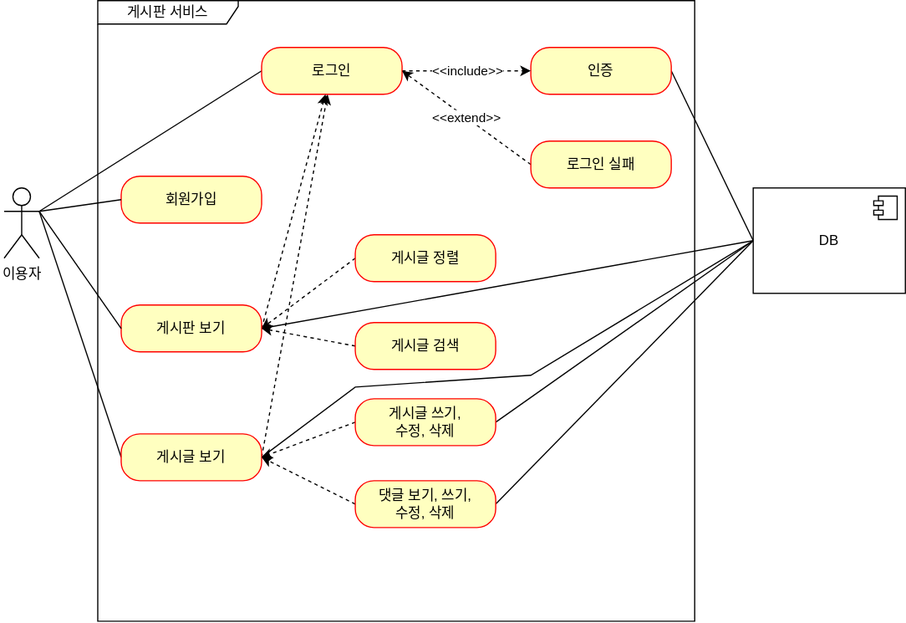
Earlier version of the draw.io export document/use_case.svg (congsole/fast-board). Source tidied: cells renumbered, new cells last; positions are measured from the earlier drawing's top-left corner, leaving out a move shared by most shapes.
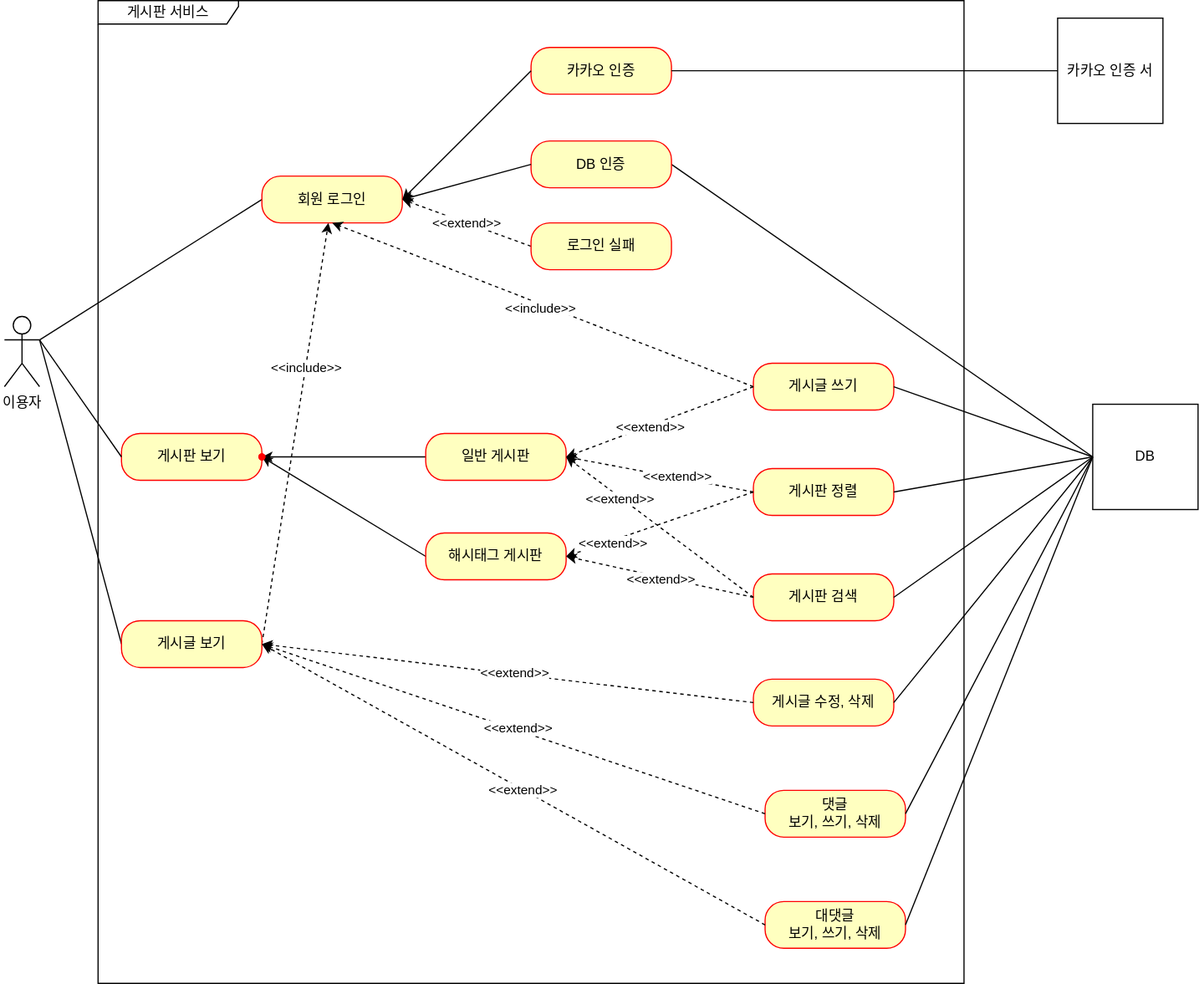
Later version of the same file.

Commit message:
#42 - UseCase.svg: 카카오 인증 추가

The edit, as a diff of the source:
```diff
@@ -6,19 +6,8 @@
       <mxGeometry y="160" width="30" height="60" as="geometry" />
     </mxCell>
     <mxCell id="3" value="게시판 서비스" style="shape=umlFrame;whiteSpace=wrap;html=1;width=120;height=20;" parent="1" vertex="1">
-      <mxGeometry x="80" width="510" height="530" as="geometry" />
+      <mxGeometry x="80" y="-110" width="740" height="840" as="geometry" />
     </mxCell>
-    <mxCell id="4" value="회원가입" style="rounded=1;whiteSpace=wrap;html=1;arcSize=40;fontColor=#000000;fillColor=#ffffc0;strokeColor=#ff0000;" parent="1" vertex="1">
-      <mxGeometry x="100" y="150" width="120" height="40" as="geometry" />
-    </mxCell>
-    <mxCell id="5" style="rounded=0;jettySize=auto;html=1;exitX=0;exitY=0.5;exitDx=0;exitDy=0;dashed=1;" parent="1" edge="1" source="6">
-      <mxGeometry relative="1" as="geometry">
-        <mxPoint x="220" y="280" as="targetPoint" />
-      </mxGeometry>
-    </mxCell>
-    <mxCell id="6" value="게시글 정렬" style="rounded=1;whiteSpace=wrap;html=1;arcSize=40;fontColor=#000000;fillColor=#ffffc0;strokeColor=#ff0000;" parent="1" vertex="1">
-      <mxGeometry x="300" y="200" width="120" height="40" as="geometry" />
-    </mxCell>
     <mxCell id="7" style="rounded=0;jettySize=auto;html=1;exitX=0;exitY=0.5;exitDx=0;exitDy=0;endArrow=none;endFill=0;" parent="1" edge="1" source="10">
       <mxGeometry relative="1" as="geometry">
         <mxPoint x="30" y="180" as="targetPoint" />
@@ -27,90 +16,176 @@
     <mxCell id="8" style="rounded=0;jettySize=auto;html=1;exitX=1;exitY=0.5;exitDx=0;exitDy=0;dashed=1;" parent="1" edge="1" source="10" target="15">
       <mxGeometry relative="1" as="geometry" />
     </mxCell>
-    <mxCell id="9" style="rounded=0;jettySize=auto;html=1;exitX=1;exitY=0.5;exitDx=0;exitDy=0;endArrow=none;endFill=0;entryX=0;entryY=0.5;entryDx=0;entryDy=0;" parent="1" edge="1" source="10" target="31">
-      <mxGeometry relative="1" as="geometry">
-        <Array as="points">
-          <mxPoint x="300" y="330" />
-          <mxPoint x="450" y="320" />
-        </Array>
-      </mxGeometry>
-    </mxCell>
+    <mxCell id="33" value="&amp;lt;&amp;lt;include&amp;gt;&amp;gt;" style="edgeLabel;html=1;align=center;verticalAlign=middle;" parent="8" vertex="1">
+      <mxGeometry x="0.31" relative="1" as="geometry" />
+    </mxCell>
     <mxCell id="10" value="게시글 보기" style="rounded=1;whiteSpace=wrap;html=1;arcSize=40;fontColor=#000000;fillColor=#ffffc0;strokeColor=#ff0000;" parent="1" vertex="1">
-      <mxGeometry x="100" y="370" width="120" height="40" as="geometry" />
+      <mxGeometry x="100" y="420" width="120" height="40" as="geometry" />
     </mxCell>
     <mxCell id="11" style="rounded=0;jettySize=auto;html=1;exitX=1;exitY=0.5;exitDx=0;exitDy=0;entryX=0;entryY=0.5;entryDx=0;entryDy=0;endArrow=none;endFill=0;" parent="1" edge="1" source="12" target="31">
       <mxGeometry relative="1" as="geometry" />
     </mxCell>
-    <mxCell id="12" value="인증" style="rounded=1;whiteSpace=wrap;html=1;arcSize=40;fontColor=#000000;fillColor=#ffffc0;strokeColor=#ff0000;" parent="1" vertex="1">
-      <mxGeometry x="450" y="40" width="120" height="40" as="geometry" />
+    <mxCell id="12" value="DB 인증" style="rounded=1;whiteSpace=wrap;html=1;arcSize=40;fontColor=#000000;fillColor=#ffffc0;strokeColor=#ff0000;" parent="1" vertex="1">
+      <mxGeometry x="450" y="10" width="120" height="40" as="geometry" />
     </mxCell>
     <mxCell id="13" style="rounded=0;jettySize=auto;html=1;exitX=0;exitY=0.5;exitDx=0;exitDy=0;endArrow=none;endFill=0;" parent="1" edge="1" source="15">
       <mxGeometry relative="1" as="geometry">
         <mxPoint x="30" y="180" as="targetPoint" />
       </mxGeometry>
     </mxCell>
-    <mxCell id="14" value="&amp;lt;&amp;lt;include&amp;gt;&amp;gt;" style="rounded=0;jettySize=auto;html=1;exitX=1;exitY=0.5;exitDx=0;exitDy=0;entryX=0;entryY=0.5;entryDx=0;entryDy=0;endArrow=classic;endFill=1;dashed=1;" parent="1" edge="1" source="15" target="12">
-      <mxGeometry relative="1" as="geometry" />
-    </mxCell>
-    <mxCell id="15" value="로그인" style="rounded=1;whiteSpace=wrap;html=1;arcSize=40;fontColor=#000000;fillColor=#ffffc0;strokeColor=#ff0000;" parent="1" vertex="1">
+    <mxCell id="15" value="회원 로그인" style="rounded=1;whiteSpace=wrap;html=1;arcSize=40;fontColor=#000000;fillColor=#ffffc0;strokeColor=#ff0000;" parent="1" vertex="1">
       <mxGeometry x="220" y="40" width="120" height="40" as="geometry" />
     </mxCell>
     <mxCell id="16" value="&amp;lt;&amp;lt;extend&amp;gt;&amp;gt;" style="rounded=0;jettySize=auto;html=1;exitX=0;exitY=0.5;exitDx=0;exitDy=0;endArrow=classic;endFill=1;entryX=1;entryY=0.5;entryDx=0;entryDy=0;dashed=1;" parent="1" edge="1" source="17" target="15">
       <mxGeometry relative="1" as="geometry" />
     </mxCell>
     <mxCell id="17" value="로그인 실패" style="rounded=1;whiteSpace=wrap;html=1;arcSize=40;fontColor=#000000;fillColor=#ffffc0;strokeColor=#ff0000;" parent="1" vertex="1">
-      <mxGeometry x="450" y="120" width="120" height="40" as="geometry" />
+      <mxGeometry x="450" y="80" width="120" height="40" as="geometry" />
     </mxCell>
-    <mxCell id="18" style="rounded=0;jettySize=auto;html=1;exitX=1;exitY=0.5;exitDx=0;exitDy=0;dashed=1;" parent="1" edge="1" source="20" target="15">
-      <mxGeometry relative="1" as="geometry" />
-    </mxCell>
-    <mxCell id="19" style="rounded=0;jettySize=auto;html=1;exitX=1;exitY=0.5;exitDx=0;exitDy=0;entryX=0;entryY=0.5;entryDx=0;entryDy=0;endArrow=none;endFill=0;" parent="1" edge="1" source="20" target="31">
-      <mxGeometry relative="1" as="geometry" />
-    </mxCell>
     <mxCell id="20" value="게시판 보기" style="rounded=1;whiteSpace=wrap;html=1;arcSize=40;fontColor=#000000;fillColor=#ffffc0;strokeColor=#ff0000;" parent="1" vertex="1">
       <mxGeometry x="100" y="260" width="120" height="40" as="geometry" />
     </mxCell>
-    <mxCell id="21" style="rounded=0;jettySize=auto;html=1;exitX=0;exitY=0.5;exitDx=0;exitDy=0;dashed=1;" parent="1" edge="1" source="22">
-      <mxGeometry relative="1" as="geometry">
-        <mxPoint x="220" y="280" as="targetPoint" />
-      </mxGeometry>
-    </mxCell>
-    <mxCell id="22" value="게시글 검색" style="rounded=1;whiteSpace=wrap;html=1;arcSize=40;fontColor=#000000;fillColor=#ffffc0;strokeColor=#ff0000;" parent="1" vertex="1">
-      <mxGeometry x="300" y="275" width="120" height="40" as="geometry" />
-    </mxCell>
-    <mxCell id="23" style="rounded=0;jettySize=auto;html=1;exitX=0;exitY=0.5;exitDx=0;exitDy=0;entryX=1;entryY=0.5;entryDx=0;entryDy=0;dashed=1;" parent="1" edge="1" source="25" target="10">
-      <mxGeometry relative="1" as="geometry" />
-    </mxCell>
-    <mxCell id="24" style="rounded=0;jettySize=auto;html=1;exitX=1;exitY=0.5;exitDx=0;exitDy=0;entryX=0;entryY=0.5;entryDx=0;entryDy=0;endArrow=none;endFill=0;" parent="1" edge="1" source="25" target="31">
-      <mxGeometry relative="1" as="geometry" />
-    </mxCell>
+    <mxCell id="34" style="edgeStyle=orthogonalEdgeStyle;rounded=0;jettySize=auto;html=1;" parent="1" edge="1" source="25" target="55">
+      <mxGeometry relative="1" as="geometry" />
+    </mxCell>
-    <mxCell id="25" value="게시글 쓰기, &lt;br&gt;수정, 삭제" style="rounded=1;whiteSpace=wrap;html=1;arcSize=40;fontColor=#000000;fillColor=#ffffc0;strokeColor=#ff0000;" parent="1" vertex="1">
-      <mxGeometry x="300" y="340" width="120" height="40" as="geometry" />
+    <mxCell id="25" value="일반 게시판" style="rounded=1;whiteSpace=wrap;html=1;arcSize=40;fontColor=#000000;fillColor=#ffffc0;strokeColor=#ff0000;" parent="1" vertex="1">
+      <mxGeometry x="360" y="260" width="120" height="40" as="geometry" />
     </mxCell>
-    <mxCell id="26" style="rounded=0;jettySize=auto;html=1;exitX=0;exitY=0.5;exitDx=0;exitDy=0;dashed=1;" parent="1" edge="1" source="28">
-      <mxGeometry relative="1" as="geometry">
-        <mxPoint x="220" y="390" as="targetPoint" />
-      </mxGeometry>
-    </mxCell>
-    <mxCell id="27" style="rounded=0;jettySize=auto;html=1;exitX=1;exitY=0.5;exitDx=0;exitDy=0;endArrow=none;endFill=0;entryX=0;entryY=0.5;entryDx=0;entryDy=0;" parent="1" edge="1" source="28" target="31">
-      <mxGeometry relative="1" as="geometry" />
-    </mxCell>
+    <mxCell id="35" style="rounded=0;jettySize=auto;html=1;exitX=0;exitY=0.5;exitDx=0;exitDy=0;" parent="1" edge="1" source="28" target="56">
+      <mxGeometry relative="1" as="geometry" />
+    </mxCell>
-    <mxCell id="28" value="댓글 보기, 쓰기, &lt;br&gt;수정, 삭제" style="rounded=1;whiteSpace=wrap;html=1;arcSize=40;fontColor=#000000;fillColor=#ffffc0;strokeColor=#ff0000;" parent="1" vertex="1">
-      <mxGeometry x="300" y="410" width="120" height="40" as="geometry" />
+    <mxCell id="28" value="해시태그 게시판" style="rounded=1;whiteSpace=wrap;html=1;arcSize=40;fontColor=#000000;fillColor=#ffffc0;strokeColor=#ff0000;" parent="1" vertex="1">
+      <mxGeometry x="360" y="345" width="120" height="40" as="geometry" />
     </mxCell>
-    <mxCell id="29" style="rounded=0;jettySize=auto;html=1;exitX=0;exitY=0.5;exitDx=0;exitDy=0;entryX=1;entryY=0.3333333333333333;entryDx=0;entryDy=0;entryPerimeter=0;endArrow=none;endFill=0;" parent="1" edge="1" source="4" target="2">
-      <mxGeometry relative="1" as="geometry" />
-    </mxCell>
     <mxCell id="30" style="rounded=0;jettySize=auto;html=1;exitX=0;exitY=0.5;exitDx=0;exitDy=0;entryX=1;entryY=0.3333333333333333;entryDx=0;entryDy=0;entryPerimeter=0;endArrow=none;endFill=0;" parent="1" edge="1" source="20" target="2">
       <mxGeometry relative="1" as="geometry" />
     </mxCell>
     <mxCell id="31" value="DB" style="html=1;whiteSpace=wrap;" parent="1" vertex="1">
-      <mxGeometry x="640" y="160" width="130" height="90" as="geometry" />
+      <mxGeometry x="930" y="235" width="90" height="90" as="geometry" />
     </mxCell>
-    <mxCell id="32" style="shape=module;jettyWidth=8;jettyHeight=4;" parent="31" vertex="1">
-      <mxGeometry x="1" width="20" height="20" relative="1" as="geometry">
-        <mxPoint x="-27" y="7" as="offset" />
-      </mxGeometry>
-    </mxCell>
+    <mxCell id="36" value="게시글 쓰기" style="rounded=1;whiteSpace=wrap;html=1;arcSize=40;fontColor=#000000;fillColor=#ffffc0;strokeColor=#ff0000;" parent="1" vertex="1">
+      <mxGeometry x="640" y="200" width="120" height="40" as="geometry" />
+    </mxCell>
+    <mxCell id="37" value="게시판 정렬" style="rounded=1;whiteSpace=wrap;html=1;arcSize=40;fontColor=#000000;fillColor=#ffffc0;strokeColor=#ff0000;" parent="1" vertex="1">
+      <mxGeometry x="640" y="290" width="120" height="40" as="geometry" />
+    </mxCell>
+    <mxCell id="38" value="게시판 검색" style="rounded=1;whiteSpace=wrap;html=1;arcSize=40;fontColor=#000000;fillColor=#ffffc0;strokeColor=#ff0000;" parent="1" vertex="1">
+      <mxGeometry x="640" y="380" width="120" height="40" as="geometry" />
+    </mxCell>
+    <mxCell id="39" value="게시글 수정, 삭제" style="rounded=1;whiteSpace=wrap;html=1;arcSize=40;fontColor=#000000;fillColor=#ffffc0;strokeColor=#ff0000;" parent="1" vertex="1">
+      <mxGeometry x="640" y="470" width="120" height="40" as="geometry" />
+    </mxCell>
+    <mxCell id="40" value="댓글&lt;br&gt;보기, 쓰기, 삭제" style="rounded=1;whiteSpace=wrap;html=1;arcSize=40;fontColor=#000000;fillColor=#ffffc0;strokeColor=#ff0000;" parent="1" vertex="1">
+      <mxGeometry x="650" y="565" width="120" height="40" as="geometry" />
+    </mxCell>
+    <mxCell id="41" value="대댓글&lt;br&gt;보기, 쓰기, 삭제" style="rounded=1;whiteSpace=wrap;html=1;arcSize=40;fontColor=#000000;fillColor=#ffffc0;strokeColor=#ff0000;" parent="1" vertex="1">
+      <mxGeometry x="650" y="660" width="120" height="40" as="geometry" />
+    </mxCell>
+    <mxCell id="42" style="rounded=0;jettySize=auto;html=1;exitX=0;exitY=0.5;exitDx=0;exitDy=0;dashed=1;entryX=1;entryY=0.5;entryDx=0;entryDy=0;" parent="1" edge="1" source="41" target="10">
+      <mxGeometry relative="1" as="geometry" />
+    </mxCell>
+    <mxCell id="43" value="&amp;lt;&amp;lt;extend&amp;gt;&amp;gt;" style="edgeLabel;html=1;align=center;verticalAlign=middle;" parent="42" vertex="1">
+      <mxGeometry x="-0.03" y="-1" relative="1" as="geometry">
+        <mxPoint y="1" as="offset" />
+      </mxGeometry>
+    </mxCell>
+    <mxCell id="44" style="rounded=0;jettySize=auto;html=1;exitX=0;exitY=0.5;exitDx=0;exitDy=0;dashed=1;entryX=1;entryY=0.5;entryDx=0;entryDy=0;" parent="1" edge="1" source="40" target="10">
+      <mxGeometry relative="1" as="geometry" />
+    </mxCell>
+    <mxCell id="45" value="Text" style="edgeLabel;html=1;align=center;verticalAlign=middle;" parent="44" vertex="1">
+      <mxGeometry y="-1" relative="1" as="geometry" />
+    </mxCell>
+    <mxCell id="46" value="&amp;lt;&amp;lt;extend&amp;gt;&amp;gt;" style="edgeLabel;html=1;align=center;verticalAlign=middle;" parent="44" vertex="1">
+      <mxGeometry x="-0.01" y="-2" relative="1" as="geometry" />
+    </mxCell>
+    <mxCell id="47" style="rounded=0;jettySize=auto;html=1;exitX=0;exitY=0.5;exitDx=0;exitDy=0;dashed=1;entryX=1;entryY=0.5;entryDx=0;entryDy=0;" parent="1" edge="1" source="39" target="10">
+      <mxGeometry relative="1" as="geometry" />
+    </mxCell>
+    <mxCell id="48" value="&amp;lt;&amp;lt;extend&amp;gt;&amp;gt;" style="edgeLabel;html=1;align=center;verticalAlign=middle;" parent="47" vertex="1">
+      <mxGeometry x="0.06" y="1" relative="1" as="geometry">
+        <mxPoint x="17" as="offset" />
+      </mxGeometry>
+    </mxCell>
+    <mxCell id="49" style="rounded=0;jettySize=auto;html=1;exitX=0;exitY=0.5;exitDx=0;exitDy=0;dashed=1;entryX=1;entryY=0.5;entryDx=0;entryDy=0;" parent="1" edge="1" source="38" target="28">
+      <mxGeometry relative="1" as="geometry" />
+    </mxCell>
+    <mxCell id="50" value="&amp;lt;&amp;lt;extend&amp;gt;&amp;gt;" style="edgeLabel;html=1;align=center;verticalAlign=middle;" parent="49" vertex="1">
+      <mxGeometry x="0.4" y="-2" relative="1" as="geometry">
+        <mxPoint x="32" y="11" as="offset" />
+      </mxGeometry>
+    </mxCell>
+    <mxCell id="51" style="rounded=0;jettySize=auto;html=1;exitX=0;exitY=0.5;exitDx=0;exitDy=0;dashed=1;entryX=1;entryY=0.5;entryDx=0;entryDy=0;" parent="1" edge="1" source="37" target="25">
+      <mxGeometry relative="1" as="geometry" />
+    </mxCell>
+    <mxCell id="52" value="&amp;lt;&amp;lt;extend&amp;gt;&amp;gt;" style="edgeLabel;html=1;align=center;verticalAlign=middle;" parent="51" vertex="1">
+      <mxGeometry x="-0.18" y="-1" relative="1" as="geometry" />
+    </mxCell>
+    <mxCell id="53" style="rounded=0;jettySize=auto;html=1;exitX=0;exitY=0.5;exitDx=0;exitDy=0;dashed=1;entryX=1;entryY=0.5;entryDx=0;entryDy=0;" parent="1" edge="1" source="36" target="25">
+      <mxGeometry relative="1" as="geometry" />
+    </mxCell>
+    <mxCell id="54" value="&amp;lt;&amp;lt;extend&amp;gt;&amp;gt;" style="edgeLabel;html=1;align=center;verticalAlign=middle;" parent="53" vertex="1">
+      <mxGeometry x="0.1" y="1" relative="1" as="geometry">
+        <mxPoint x="-1" as="offset" />
+      </mxGeometry>
+    </mxCell>
+    <mxCell id="55" style="shape=waypoint;sketch=0;size=6;points=[];fillColor=#ffffc0;perimeter=centerPerimeter;snapToPoint=1;strokeColor=#ff0000;fontColor=#000000;rounded=1;arcSize=40;" parent="1" vertex="1">
+      <mxGeometry x="210" y="270" width="20" height="20" as="geometry" />
+    </mxCell>
+    <mxCell id="56" style="shape=waypoint;sketch=0;size=6;points=[];fillColor=#ffffc0;perimeter=centerPerimeter;snapToPoint=1;strokeColor=#ff0000;fontColor=#000000;rounded=1;arcSize=40;" parent="1" vertex="1">
+      <mxGeometry x="210" y="270" width="20" height="20" as="geometry" />
+    </mxCell>
+    <mxCell id="57" style="rounded=0;jettySize=auto;html=1;dashed=1;entryX=1;entryY=0.5;entryDx=0;entryDy=0;exitX=0;exitY=0.5;exitDx=0;exitDy=0;" parent="1" edge="1" source="37" target="28">
+      <mxGeometry relative="1" as="geometry" />
+    </mxCell>
+    <mxCell id="58" value="&amp;lt;&amp;lt;extend&amp;gt;&amp;gt;" style="edgeLabel;html=1;align=center;verticalAlign=middle;" parent="57" vertex="1">
+      <mxGeometry x="0.58" relative="1" as="geometry">
+        <mxPoint x="6" as="offset" />
+      </mxGeometry>
+    </mxCell>
+    <mxCell id="59" style="rounded=0;jettySize=auto;html=1;exitX=0;exitY=0.5;exitDx=0;exitDy=0;dashed=1;entryX=1;entryY=0.5;entryDx=0;entryDy=0;" parent="1" edge="1" source="38" target="25">
+      <mxGeometry relative="1" as="geometry" />
+    </mxCell>
+    <mxCell id="60" value="&amp;lt;&amp;lt;extend&amp;gt;&amp;gt;" style="edgeLabel;html=1;align=center;verticalAlign=middle;" parent="59" vertex="1">
+      <mxGeometry x="0.42" y="1" relative="1" as="geometry" />
+    </mxCell>
+    <mxCell id="61" style="rounded=0;jettySize=auto;html=1;exitX=0;exitY=0.5;exitDx=0;exitDy=0;dashed=1;entryX=0.5;entryY=1;entryDx=0;entryDy=0;" parent="1" edge="1" source="36" target="15">
+      <mxGeometry relative="1" as="geometry" />
+    </mxCell>
+    <mxCell id="62" value="&amp;lt;&amp;lt;include&amp;gt;&amp;gt;" style="edgeLabel;html=1;align=center;verticalAlign=middle;" parent="61" vertex="1">
+      <mxGeometry x="0.01" y="3" relative="1" as="geometry" />
+    </mxCell>
+    <mxCell id="63" style="rounded=0;jettySize=auto;html=1;exitX=1;exitY=0.5;exitDx=0;exitDy=0;entryX=0;entryY=0.5;entryDx=0;entryDy=0;endArrow=none;endFill=0;" parent="1" edge="1" source="36" target="31">
+      <mxGeometry relative="1" as="geometry" />
+    </mxCell>
+    <mxCell id="64" style="rounded=0;jettySize=auto;html=1;exitX=1;exitY=0.5;exitDx=0;exitDy=0;entryX=0;entryY=0.5;entryDx=0;entryDy=0;endArrow=none;endFill=0;" parent="1" edge="1" source="37" target="31">
+      <mxGeometry relative="1" as="geometry" />
+    </mxCell>
+    <mxCell id="65" style="rounded=0;jettySize=auto;html=1;exitX=1;exitY=0.5;exitDx=0;exitDy=0;entryX=0;entryY=0.5;entryDx=0;entryDy=0;endArrow=none;endFill=0;" parent="1" edge="1" source="38" target="31">
+      <mxGeometry relative="1" as="geometry" />
+    </mxCell>
+    <mxCell id="66" style="rounded=0;jettySize=auto;html=1;exitX=1;exitY=0.5;exitDx=0;exitDy=0;entryX=0;entryY=0.5;entryDx=0;entryDy=0;endArrow=none;endFill=0;" parent="1" edge="1" source="39" target="31">
+      <mxGeometry relative="1" as="geometry" />
+    </mxCell>
+    <mxCell id="67" style="rounded=0;jettySize=auto;html=1;exitX=1;exitY=0.5;exitDx=0;exitDy=0;entryX=0;entryY=0.5;entryDx=0;entryDy=0;endArrow=none;endFill=0;" parent="1" edge="1" source="40" target="31">
+      <mxGeometry relative="1" as="geometry" />
+    </mxCell>
+    <mxCell id="68" style="rounded=0;jettySize=auto;html=1;entryX=0;entryY=0.5;entryDx=0;entryDy=0;endArrow=none;endFill=0;exitX=1;exitY=0.5;exitDx=0;exitDy=0;" parent="1" edge="1" source="41" target="31">
+      <mxGeometry relative="1" as="geometry" />
+    </mxCell>
+    <mxCell id="69" value="카카오 인증" style="rounded=1;whiteSpace=wrap;html=1;arcSize=40;fontColor=#000000;fillColor=#ffffc0;strokeColor=#ff0000;" parent="1" vertex="1">
+      <mxGeometry x="450" y="-70" width="120" height="40" as="geometry" />
+    </mxCell>
+    <mxCell id="70" value="카카오 인증 서" style="html=1;whiteSpace=wrap;" parent="1" vertex="1">
+      <mxGeometry x="900" y="-95" width="90" height="90" as="geometry" />
+    </mxCell>
+    <mxCell id="71" style="endArrow=none;html=1;rounded=0;exitX=1;exitY=0.5;exitDx=0;exitDy=0;entryX=0;entryY=0.5;entryDx=0;entryDy=0;" parent="1" edge="1" source="69" target="70">
+      <mxGeometry relative="1" as="geometry" />
+    </mxCell>
+    <mxCell id="72" style="endArrow=classic;html=1;rounded=0;exitX=0;exitY=0.5;exitDx=0;exitDy=0;entryX=1;entryY=0.5;entryDx=0;entryDy=0;" parent="1" edge="1" source="12" target="15">
+      <mxGeometry relative="1" as="geometry" />
+    </mxCell>
+    <mxCell id="73" style="endArrow=classic;html=1;rounded=0;exitX=0;exitY=0.5;exitDx=0;exitDy=0;entryX=1;entryY=0.5;entryDx=0;entryDy=0;" parent="1" edge="1" source="69" target="15">
+      <mxGeometry relative="1" as="geometry" />
+    </mxCell>
   </root>
 </mxGraphModel>
```
